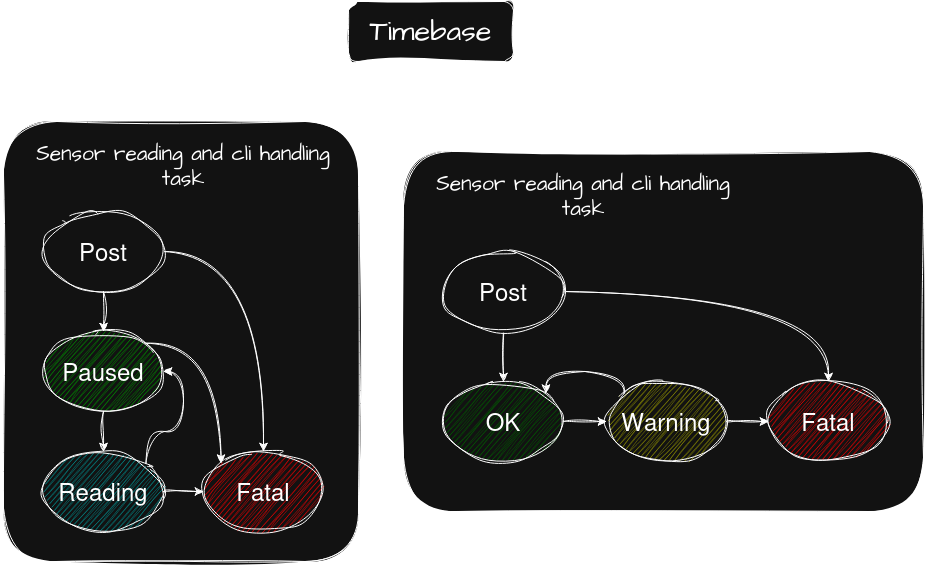
Before: microcontrollers/media/second_fsm.drawio.png, a diagram exported from draw.io (eagletrt/recruiting-sw). Source tidied: cells renumbered, new cells last; positions are measured from the earlier drawing's top-left corner, leaving out a move shared by most shapes. The source it was exported from:
```xml
<mxGraphModel>
  <root>
    <mxCell id="0" />
    <mxCell id="1" parent="0" />
    <mxCell id="2" style="rounded=1;whiteSpace=wrap;html=1;sketch=1;hachureGap=4;jiggle=2;curveFitting=1;fontFamily=Architects Daughter;fontSource=https://fonts.googleapis.com/css?family=Architects+Daughter;" parent="1" vertex="1">
      <mxGeometry x="400" y="150" width="520" height="360" as="geometry" />
    </mxCell>
    <mxCell id="3" value="Sensor reading and cli handling task" style="text;html=1;whiteSpace=wrap;strokeColor=none;fillColor=none;align=center;verticalAlign=middle;rounded=0;fontFamily=Architects Daughter;fontSource=https://fonts.googleapis.com/css?family=Architects+Daughter;fontSize=21;" parent="1" vertex="1">
      <mxGeometry x="430" y="160" width="300" height="70" as="geometry" />
    </mxCell>
    <mxCell id="4" style="rounded=1;whiteSpace=wrap;html=1;sketch=1;hachureGap=4;jiggle=2;curveFitting=1;fontFamily=Architects Daughter;fontSource=https%3A%2F%2Ffonts.googleapis.com%2Fcss%3Ffamily%3DArchitects%2BDaughter;" parent="1" vertex="1">
      <mxGeometry y="120" width="355" height="440" as="geometry" />
    </mxCell>
    <mxCell id="5" style="edgeStyle=orthogonalEdgeStyle;rounded=0;sketch=1;hachureGap=4;jiggle=2;curveFitting=1;jettySize=auto;html=1;exitX=0.5;exitY=1;exitDx=0;exitDy=0;entryX=0.5;entryY=0;entryDx=0;entryDy=0;fontFamily=Architects Daughter;fontSource=https://fonts.googleapis.com/css?family=Architects+Daughter;" parent="1" edge="1" source="7" target="10">
      <mxGeometry relative="1" as="geometry" />
    </mxCell>
    <mxCell id="6" style="edgeStyle=orthogonalEdgeStyle;curved=1;rounded=0;sketch=1;hachureGap=4;jiggle=2;curveFitting=1;jettySize=auto;html=1;exitX=1;exitY=0.5;exitDx=0;exitDy=0;entryX=0.5;entryY=0;entryDx=0;entryDy=0;fontFamily=Architects Daughter;fontSource=https://fonts.googleapis.com/css?family=Architects+Daughter;" parent="1" edge="1" source="7" target="14">
      <mxGeometry relative="1" as="geometry" />
    </mxCell>
    <mxCell id="7" value="Post" style="ellipse;whiteSpace=wrap;html=1;shapeInside=1;sketch=1;curveFitting=1;jiggle=2;fontSize=24;" parent="1" vertex="1">
      <mxGeometry x="40" y="210" width="120" height="80" as="geometry" />
    </mxCell>
    <mxCell id="8" style="edgeStyle=orthogonalEdgeStyle;rounded=0;sketch=1;hachureGap=4;jiggle=2;curveFitting=1;jettySize=auto;html=1;exitX=0.5;exitY=1;exitDx=0;exitDy=0;entryX=0.5;entryY=0;entryDx=0;entryDy=0;fontFamily=Architects Daughter;fontSource=https://fonts.googleapis.com/css?family=Architects+Daughter;" parent="1" edge="1" source="10" target="13">
      <mxGeometry relative="1" as="geometry" />
    </mxCell>
    <mxCell id="9" style="edgeStyle=orthogonalEdgeStyle;curved=1;rounded=0;sketch=1;hachureGap=4;jiggle=2;curveFitting=1;jettySize=auto;html=1;exitX=1;exitY=0;exitDx=0;exitDy=0;entryX=0;entryY=0;entryDx=0;entryDy=0;fontFamily=Architects Daughter;fontSource=https://fonts.googleapis.com/css?family=Architects+Daughter;" parent="1" edge="1" source="10" target="14">
      <mxGeometry relative="1" as="geometry" />
    </mxCell>
    <mxCell id="10" value="Paused" style="ellipse;whiteSpace=wrap;html=1;shapeInside=1;sketch=1;curveFitting=1;jiggle=2;fontSize=24;fillColor=light-dark(#FFFFFF,#009900);" parent="1" vertex="1">
      <mxGeometry x="40" y="330" width="120" height="80" as="geometry" />
    </mxCell>
    <mxCell id="11" style="edgeStyle=orthogonalEdgeStyle;curved=1;rounded=0;sketch=1;hachureGap=4;jiggle=2;curveFitting=1;jettySize=auto;html=1;exitX=1;exitY=0.5;exitDx=0;exitDy=0;entryX=0;entryY=0.5;entryDx=0;entryDy=0;fontFamily=Architects Daughter;fontSource=https%3A%2F%2Ffonts.googleapis.com%2Fcss%3Ffamily%3DArchitects%2BDaughter;" parent="1" edge="1" source="13" target="14">
      <mxGeometry relative="1" as="geometry" />
    </mxCell>
    <mxCell id="12" style="edgeStyle=orthogonalEdgeStyle;curved=1;rounded=0;sketch=1;hachureGap=4;jiggle=2;curveFitting=1;jettySize=auto;html=1;exitX=1;exitY=0;exitDx=0;exitDy=0;entryX=1;entryY=0.5;entryDx=0;entryDy=0;fontFamily=Architects Daughter;fontSource=https%3A%2F%2Ffonts.googleapis.com%2Fcss%3Ffamily%3DArchitects%2BDaughter;" parent="1" edge="1" source="13" target="10">
      <mxGeometry relative="1" as="geometry" />
    </mxCell>
    <mxCell id="13" value="Reading" style="ellipse;whiteSpace=wrap;html=1;shapeInside=1;sketch=1;curveFitting=1;jiggle=2;fontSize=24;fillColor=light-dark(#FFFFFF,#009999);" parent="1" vertex="1">
      <mxGeometry x="40" y="450" width="120" height="80" as="geometry" />
    </mxCell>
    <mxCell id="14" value="Fatal" style="ellipse;whiteSpace=wrap;html=1;shapeInside=1;sketch=1;curveFitting=1;jiggle=2;fontSize=24;labelBackgroundColor=none;fillColor=light-dark(#FFFFFF,#FF0000);" parent="1" vertex="1">
      <mxGeometry x="200" y="450" width="120" height="80" as="geometry" />
    </mxCell>
    <mxCell id="15" style="edgeStyle=orthogonalEdgeStyle;curved=1;rounded=0;sketch=1;hachureGap=4;jiggle=2;curveFitting=1;jettySize=auto;html=1;exitX=1;exitY=0.5;exitDx=0;exitDy=0;entryX=0.5;entryY=0;entryDx=0;entryDy=0;fontFamily=Architects Daughter;fontSource=https://fonts.googleapis.com/css?family=Architects+Daughter;" parent="1" edge="1" source="17" target="23">
      <mxGeometry relative="1" as="geometry" />
    </mxCell>
    <mxCell id="16" style="edgeStyle=orthogonalEdgeStyle;curved=1;rounded=0;sketch=1;hachureGap=4;jiggle=2;curveFitting=1;jettySize=auto;html=1;exitX=0.5;exitY=1;exitDx=0;exitDy=0;fontFamily=Architects Daughter;fontSource=https%3A%2F%2Ffonts.googleapis.com%2Fcss%3Ffamily%3DArchitects%2BDaughter;" parent="1" edge="1" source="17" target="19">
      <mxGeometry relative="1" as="geometry" />
    </mxCell>
    <mxCell id="17" value="Post" style="ellipse;whiteSpace=wrap;html=1;shapeInside=1;sketch=1;curveFitting=1;jiggle=2;fontSize=24;" parent="1" vertex="1">
      <mxGeometry x="440" y="250" width="120" height="80" as="geometry" />
    </mxCell>
    <mxCell id="18" style="edgeStyle=orthogonalEdgeStyle;curved=1;rounded=0;sketch=1;hachureGap=4;jiggle=2;curveFitting=1;jettySize=auto;html=1;exitX=1;exitY=0.5;exitDx=0;exitDy=0;entryX=0;entryY=0.5;entryDx=0;entryDy=0;fontFamily=Architects Daughter;fontSource=https://fonts.googleapis.com/css?family=Architects+Daughter;" parent="1" edge="1" source="19" target="22">
      <mxGeometry relative="1" as="geometry" />
    </mxCell>
    <mxCell id="19" value="OK" style="ellipse;whiteSpace=wrap;html=1;shapeInside=1;sketch=1;curveFitting=1;jiggle=2;fontSize=24;fillColor=light-dark(#FFFFFF,#006600);" parent="1" vertex="1">
      <mxGeometry x="440" y="380" width="120" height="80" as="geometry" />
    </mxCell>
    <mxCell id="20" style="edgeStyle=orthogonalEdgeStyle;curved=1;rounded=0;sketch=1;hachureGap=4;jiggle=2;curveFitting=1;jettySize=auto;html=1;exitX=1;exitY=0.5;exitDx=0;exitDy=0;entryX=0;entryY=0.5;entryDx=0;entryDy=0;fontFamily=Architects Daughter;fontSource=https://fonts.googleapis.com/css?family=Architects+Daughter;" parent="1" edge="1" source="22" target="23">
      <mxGeometry relative="1" as="geometry" />
    </mxCell>
    <mxCell id="21" style="edgeStyle=orthogonalEdgeStyle;curved=1;rounded=0;sketch=1;hachureGap=4;jiggle=2;curveFitting=1;jettySize=auto;html=1;exitX=0;exitY=0;exitDx=0;exitDy=0;entryX=1;entryY=0;entryDx=0;entryDy=0;fontFamily=Architects Daughter;fontSource=https%3A%2F%2Ffonts.googleapis.com%2Fcss%3Ffamily%3DArchitects%2BDaughter;" parent="1" edge="1" source="22" target="19">
      <mxGeometry relative="1" as="geometry">
        <Array as="points">
          <mxPoint x="620.6" y="370" />
          <mxPoint x="542.4" y="370" />
        </Array>
      </mxGeometry>
    </mxCell>
    <mxCell id="22" value="Warning" style="ellipse;whiteSpace=wrap;html=1;shapeInside=1;sketch=1;curveFitting=1;jiggle=2;fontSize=24;fillColor=light-dark(#FFFFFF,#999900);" parent="1" vertex="1">
      <mxGeometry x="603" y="380" width="120" height="80" as="geometry" />
    </mxCell>
    <mxCell id="23" value="Fatal" style="ellipse;whiteSpace=wrap;html=1;shapeInside=1;sketch=1;curveFitting=1;jiggle=2;fontSize=24;labelBackgroundColor=none;fillColor=light-dark(#FFFFFF,#FF0000);" parent="1" vertex="1">
      <mxGeometry x="765" y="380" width="120" height="80" as="geometry" />
    </mxCell>
    <mxCell id="24" value="Sensor reading and cli handling task" style="text;html=1;whiteSpace=wrap;strokeColor=none;fillColor=none;align=center;verticalAlign=middle;rounded=0;fontFamily=Architects Daughter;fontSource=https%3A%2F%2Ffonts.googleapis.com%2Fcss%3Ffamily%3DArchitects%2BDaughter;fontSize=21;" parent="1" vertex="1">
      <mxGeometry x="30" y="130" width="300" height="70" as="geometry" />
    </mxCell>
    <mxCell id="25" style="edgeStyle=orthogonalEdgeStyle;curved=1;rounded=0;sketch=1;hachureGap=4;jiggle=2;curveFitting=1;jettySize=auto;html=1;exitX=1;exitY=0.5;exitDx=0;exitDy=0;entryX=0.5;entryY=0;entryDx=0;entryDy=0;fontFamily=Architects Daughter;fontSource=https%3A%2F%2Ffonts.googleapis.com%2Fcss%3Ffamily%3DArchitects%2BDaughter;" parent="1" edge="1" source="27" target="2">
      <mxGeometry relative="1" as="geometry" />
    </mxCell>
    <mxCell id="26" style="edgeStyle=orthogonalEdgeStyle;curved=1;rounded=0;sketch=1;hachureGap=4;jiggle=2;curveFitting=1;jettySize=auto;html=1;exitX=0;exitY=0.5;exitDx=0;exitDy=0;entryX=0.5;entryY=0;entryDx=0;entryDy=0;fontFamily=Architects Daughter;fontSource=https%3A%2F%2Ffonts.googleapis.com%2Fcss%3Ffamily%3DArchitects%2BDaughter;" parent="1" edge="1" source="27" target="4">
      <mxGeometry relative="1" as="geometry" />
    </mxCell>
    <mxCell id="27" value="Timebase" style="rounded=1;whiteSpace=wrap;html=1;sketch=1;hachureGap=4;jiggle=2;curveFitting=1;fontFamily=Architects Daughter;fontSource=https%3A%2F%2Ffonts.googleapis.com%2Fcss%3Ffamily%3DArchitects%2BDaughter;fontSize=29;" parent="1" vertex="1">
      <mxGeometry x="345" width="165" height="60" as="geometry" />
    </mxCell>
  </root>
</mxGraphModel>
```
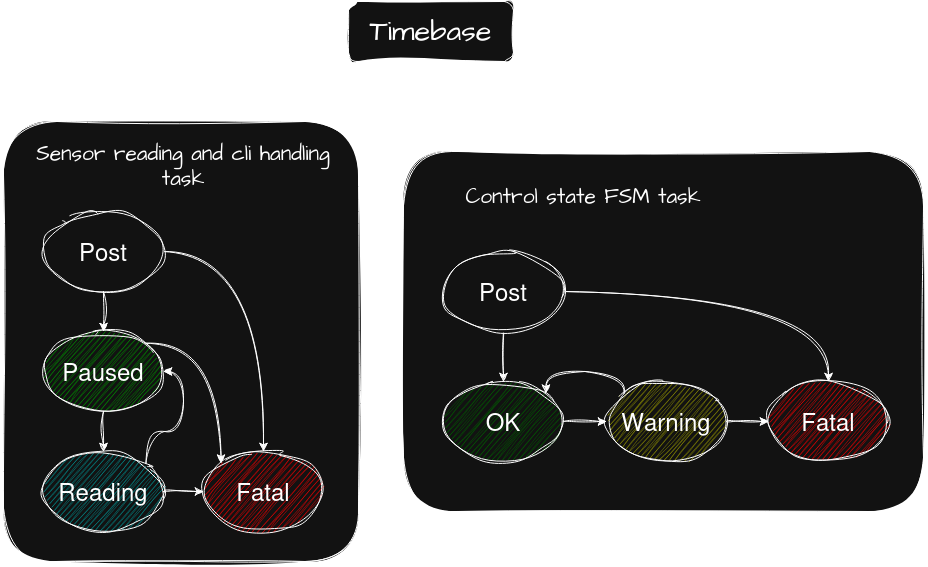
The same file after the commit.

The edit, as a diff of the source:
```diff
@@ -5,7 +5,7 @@
     <mxCell id="2" style="rounded=1;whiteSpace=wrap;html=1;sketch=1;hachureGap=4;jiggle=2;curveFitting=1;fontFamily=Architects Daughter;fontSource=https://fonts.googleapis.com/css?family=Architects+Daughter;" parent="1" vertex="1">
       <mxGeometry x="400" y="150" width="520" height="360" as="geometry" />
     </mxCell>
-    <mxCell id="3" value="Sensor reading and cli handling task" style="text;html=1;whiteSpace=wrap;strokeColor=none;fillColor=none;align=center;verticalAlign=middle;rounded=0;fontFamily=Architects Daughter;fontSource=https://fonts.googleapis.com/css?family=Architects+Daughter;fontSize=21;" parent="1" vertex="1">
+    <mxCell id="3" value="Control state FSM task" style="text;html=1;whiteSpace=wrap;strokeColor=none;fillColor=none;align=center;verticalAlign=middle;rounded=0;fontFamily=Architects Daughter;fontSource=https://fonts.googleapis.com/css?family=Architects+Daughter;fontSize=21;" parent="1" vertex="1">
       <mxGeometry x="430" y="160" width="300" height="70" as="geometry" />
     </mxCell>
     <mxCell id="4" style="rounded=1;whiteSpace=wrap;html=1;sketch=1;hachureGap=4;jiggle=2;curveFitting=1;fontFamily=Architects Daughter;fontSource=https%3A%2F%2Ffonts.googleapis.com%2Fcss%3Ffamily%3DArchitects%2BDaughter;" parent="1" vertex="1">
```
